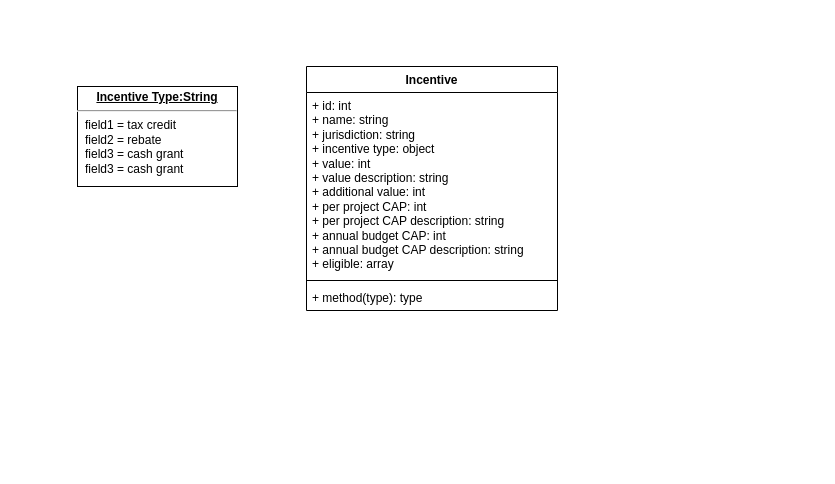
Before: ScreenCrib Tax Credit Tool UML.drawio in Ibrahim-Screencrib/leaflet_app, a draw.io diagram. Source tidied: cells renumbered, new cells numbered last; positions are measured from the earlier drawing's top-left corner, leaving out a move shared by most shapes. Both pictures are drawn from the tidied source at 100%, with x=0, y=0 at pixel (77, 66).
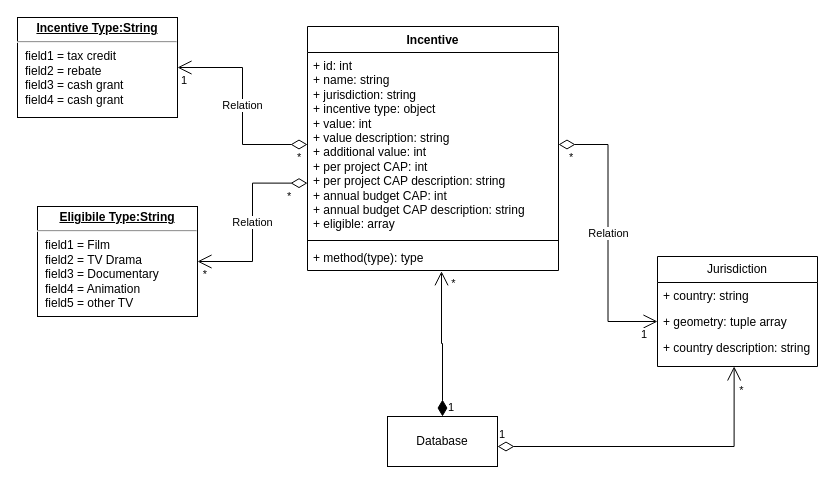
The same page after the edit.

The change refers to these unchanged cells:
```xml
<mxCell id="3" value="+ id: int&lt;br&gt;+ name: string&lt;br&gt;+ jurisdiction: string&lt;br&gt;+ incentive type: object&lt;br&gt;+ value: int&lt;br&gt;+ value description: string&lt;br&gt;+ additional value: int&lt;br&gt;+ per project CAP: int&lt;br&gt;+ per project CAP description: string&lt;br&gt;+ annual budget CAP: int&lt;br&gt;+ annual budget CAP description: string&lt;br&gt;+ eligible: array" style="text;strokeColor=none;fillColor=none;align=left;verticalAlign=top;spacingLeft=4;spacingRight=4;overflow=hidden;points=[[0,0.5],[1,0.5]];portConstraint=eastwest;whiteSpace=wrap;html=1;" parent="2" vertex="1">
  <mxGeometry y="26" width="251" height="184" as="geometry" />
</mxCell>
<mxCell id="5" value="+ method(type): type" style="text;strokeColor=none;fillColor=none;align=left;verticalAlign=top;spacingLeft=4;spacingRight=4;overflow=hidden;points=[[0,0.5],[1,0.5]];portConstraint=eastwest;whiteSpace=wrap;html=1;" parent="2" vertex="1">
  <mxGeometry y="218" width="251" height="26" as="geometry" />
</mxCell>
```

The edit, as a diff of the source:
```diff
@@
     <mxCell id="2" value="Incentive" style="swimlane;fontStyle=1;align=center;verticalAlign=top;horizontal=1;startSize=26;whiteSpace=wrap;html=1;" parent="1" vertex="1">
-      <mxGeometry x="229" width="251" height="244" as="geometry" />
+      <mxGeometry x="230" y="-40" width="251" height="244" as="geometry" />
     </mxCell>
@@
-    <mxCell id="6" value="&lt;p style=&quot;margin:0px;margin-top:4px;text-align:center;text-decoration:underline;&quot;&gt;&lt;b&gt;Incentive Type:String&lt;/b&gt;&lt;/p&gt;&lt;hr&gt;&lt;p style=&quot;margin:0px;margin-left:8px;&quot;&gt;field1 = tax credit&lt;br&gt;field2 = rebate&lt;br&gt;field3 = cash grant&lt;/p&gt;&lt;p style=&quot;margin:0px;margin-left:8px;&quot;&gt;field3 = cash grant&lt;br&gt;&lt;/p&gt;" style="verticalAlign=top;align=left;overflow=fill;fontSize=12;fontFamily=Helvetica;html=1;whiteSpace=wrap;" parent="1" vertex="1">
-      <mxGeometry y="20" width="160" height="100" as="geometry" />
+    <mxCell id="6" value="&lt;p style=&quot;margin:0px;margin-top:4px;text-align:center;text-decoration:underline;&quot;&gt;&lt;b&gt;Incentive Type:String&lt;/b&gt;&lt;/p&gt;&lt;hr&gt;&lt;p style=&quot;margin:0px;margin-left:8px;&quot;&gt;field1 = tax credit&lt;br&gt;field2 = rebate&lt;br&gt;field3 = cash grant&lt;/p&gt;&lt;p style=&quot;margin:0px;margin-left:8px;&quot;&gt;field4 = cash grant&lt;br&gt;&lt;/p&gt;" style="verticalAlign=top;align=left;overflow=fill;fontSize=12;fontFamily=Helvetica;html=1;whiteSpace=wrap;" parent="1" vertex="1">
+      <mxGeometry x="-60" y="-49" width="160" height="100" as="geometry" />
     </mxCell>
+    <mxCell id="7" value="&lt;p style=&quot;margin:0px;margin-top:4px;text-align:center;text-decoration:underline;&quot;&gt;&lt;b&gt;Eligibile Type:String&lt;/b&gt;&lt;/p&gt;&lt;hr&gt;&lt;p style=&quot;margin:0px;margin-left:8px;&quot;&gt;field1 = Film&lt;br&gt;field2 = TV Drama&lt;br&gt;field3 = Documentary&lt;/p&gt;&lt;p style=&quot;margin:0px;margin-left:8px;&quot;&gt;field4 = Animation&lt;br&gt;&lt;/p&gt;&lt;p style=&quot;margin:0px;margin-left:8px;&quot;&gt;field5 = other TV&lt;/p&gt;" style="verticalAlign=top;align=left;overflow=fill;fontSize=12;fontFamily=Helvetica;html=1;whiteSpace=wrap;" parent="1" vertex="1">
+      <mxGeometry x="-40" y="140" width="160" height="110" as="geometry" />
+    </mxCell>
+    <mxCell id="8" value="Relation" style="endArrow=open;html=1;endSize=12;startArrow=diamondThin;startSize=14;startFill=0;edgeStyle=orthogonalEdgeStyle;rounded=0;entryX=1;entryY=0.5;entryDx=0;entryDy=0;" parent="1" edge="1" source="3" target="6">
+      <mxGeometry relative="1" as="geometry" />
+    </mxCell>
+    <mxCell id="9" value="*" style="edgeLabel;html=1;align=left;verticalAlign=top;" parent="8" vertex="1">
+      <mxGeometry x="-1" relative="1" as="geometry">
+        <mxPoint x="-12" as="offset" />
+      </mxGeometry>
+    </mxCell>
+    <mxCell id="10" value="1" style="edgeLabel;html=1;align=right;verticalAlign=top;" parent="8" vertex="1">
+      <mxGeometry x="1" relative="1" as="geometry">
+        <mxPoint x="10" as="offset" />
+      </mxGeometry>
+    </mxCell>
+    <mxCell id="11" value="Relation" style="endArrow=open;html=1;endSize=12;startArrow=diamondThin;startSize=14;startFill=0;edgeStyle=orthogonalEdgeStyle;rounded=0;entryX=1;entryY=0.5;entryDx=0;entryDy=0;exitX=0;exitY=0.71;exitDx=0;exitDy=0;exitPerimeter=0;" parent="1" edge="1" source="3" target="7">
+      <mxGeometry relative="1" as="geometry" />
+    </mxCell>
+    <mxCell id="12" value="*" style="edgeLabel;html=1;align=left;verticalAlign=top;" parent="11" vertex="1">
+      <mxGeometry x="-1" relative="1" as="geometry">
+        <mxPoint x="-22" as="offset" />
+      </mxGeometry>
+    </mxCell>
+    <mxCell id="13" value="*" style="edgeLabel;html=1;align=right;verticalAlign=top;" parent="11" vertex="1">
+      <mxGeometry x="1" relative="1" as="geometry">
+        <mxPoint x="10" as="offset" />
+      </mxGeometry>
+    </mxCell>
+    <mxCell id="14" value="Database" style="html=1;whiteSpace=wrap;" parent="1" vertex="1">
+      <mxGeometry x="310" y="350" width="110" height="50" as="geometry" />
+    </mxCell>
+    <mxCell id="15" value="1" style="endArrow=open;html=1;endSize=12;startArrow=diamondThin;startSize=14;startFill=1;edgeStyle=orthogonalEdgeStyle;align=left;verticalAlign=bottom;rounded=0;entryX=0.534;entryY=1.03;entryDx=0;entryDy=0;entryPerimeter=0;exitX=0.5;exitY=0;exitDx=0;exitDy=0;" parent="1" edge="1" source="14" target="5">
+      <mxGeometry x="-1" y="-4" relative="1" as="geometry" />
+    </mxCell>
+    <mxCell id="16" value="*" style="edgeLabel;html=1;align=center;verticalAlign=middle;" parent="15" vertex="1">
+      <mxGeometry x="0.86" y="-6" relative="1" as="geometry">
+        <mxPoint x="5" y="1" as="offset" />
+      </mxGeometry>
+    </mxCell>
+    <mxCell id="17" value="Jurisdiction" style="swimlane;fontStyle=0;horizontal=1;startSize=26;fillColor=none;whiteSpace=wrap;html=1;" parent="1" vertex="1">
+      <mxGeometry x="580" y="190" width="160" height="110" as="geometry" />
+    </mxCell>
+    <mxCell id="18" value="+ country: string" style="text;strokeColor=none;fillColor=none;align=left;verticalAlign=top;spacingLeft=4;spacingRight=4;overflow=hidden;whiteSpace=wrap;html=1;" parent="17" vertex="1">
+      <mxGeometry y="26" width="160" height="26" as="geometry" />
+    </mxCell>
+    <mxCell id="19" value="+ geometry: tuple array" style="text;strokeColor=none;fillColor=none;align=left;verticalAlign=top;spacingLeft=4;spacingRight=4;overflow=hidden;points=[[0,0.5],[1,0.5]];portConstraint=eastwest;whiteSpace=wrap;html=1;" parent="17" vertex="1">
+      <mxGeometry y="52" width="160" height="26" as="geometry" />
+    </mxCell>
+    <mxCell id="20" value="+ country description: string" style="text;strokeColor=none;fillColor=none;align=left;verticalAlign=top;spacingLeft=4;spacingRight=4;overflow=hidden;points=[[0,0.5],[1,0.5]];portConstraint=eastwest;whiteSpace=wrap;html=1;" parent="17" vertex="1">
+      <mxGeometry y="78" width="160" height="32" as="geometry" />
+    </mxCell>
+    <mxCell id="21" value="Relation" style="endArrow=open;html=1;endSize=12;startArrow=diamondThin;startSize=14;startFill=0;edgeStyle=orthogonalEdgeStyle;rounded=0;exitX=1;exitY=0.5;exitDx=0;exitDy=0;entryX=0;entryY=0.5;entryDx=0;entryDy=0;" parent="1" edge="1" source="3" target="19">
+      <mxGeometry relative="1" as="geometry" />
+    </mxCell>
+    <mxCell id="22" value="*" style="edgeLabel;html=1;align=left;verticalAlign=top;" parent="21" vertex="1">
+      <mxGeometry x="-1" relative="1" as="geometry">
+        <mxPoint x="9" as="offset" />
+      </mxGeometry>
+    </mxCell>
+    <mxCell id="23" value="1" style="edgeLabel;html=1;align=right;verticalAlign=top;" parent="21" vertex="1">
+      <mxGeometry x="1" relative="1" as="geometry">
+        <mxPoint x="-10" as="offset" />
+      </mxGeometry>
+    </mxCell>
+    <mxCell id="24" value="1" style="endArrow=open;html=1;endSize=12;startArrow=diamondThin;startSize=14;startFill=0;edgeStyle=orthogonalEdgeStyle;align=left;verticalAlign=bottom;rounded=0;entryX=0.479;entryY=0.998;entryDx=0;entryDy=0;entryPerimeter=0;" parent="1" edge="1" target="20">
+      <mxGeometry x="-1" y="3" relative="1" as="geometry">
+        <mxPoint x="420" y="380" as="sourcePoint" />
+        <Array as="points">
+          <mxPoint x="657" y="380" />
+        </Array>
+      </mxGeometry>
+    </mxCell>
+    <mxCell id="25" value="*" style="edgeLabel;html=1;align=center;verticalAlign=middle;" parent="24" vertex="1">
+      <mxGeometry x="0.98" relative="1" as="geometry">
+        <mxPoint x="7" y="20" as="offset" />
+      </mxGeometry>
+    </mxCell>
```
